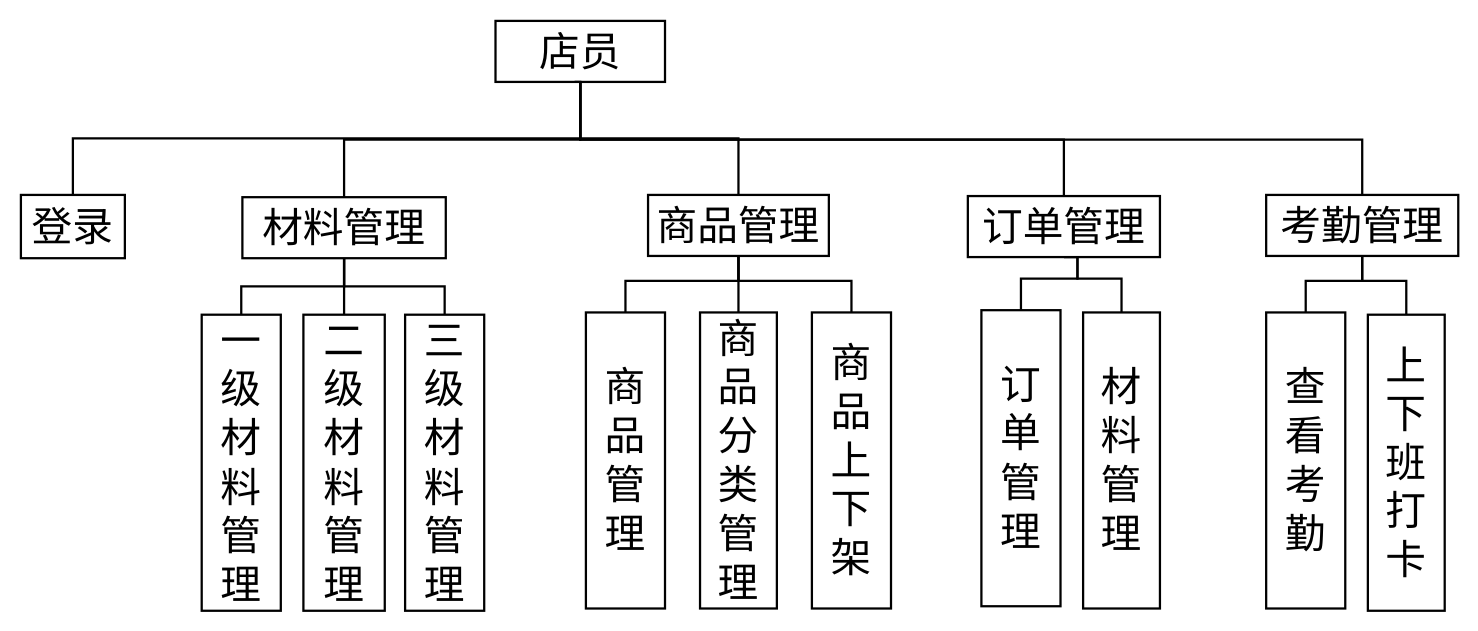
The draw.io diagram 店员系统架构图.drawio in LichCarlos/darwIo, before the edit. Source tidied: cells renumbered, new cells numbered last; positions are measured from the earlier drawing's top-left corner, leaving out a move shared by most shapes. Both pictures are drawn from the tidied source at 113%, with x=0, y=0 at pixel (-612, 20).
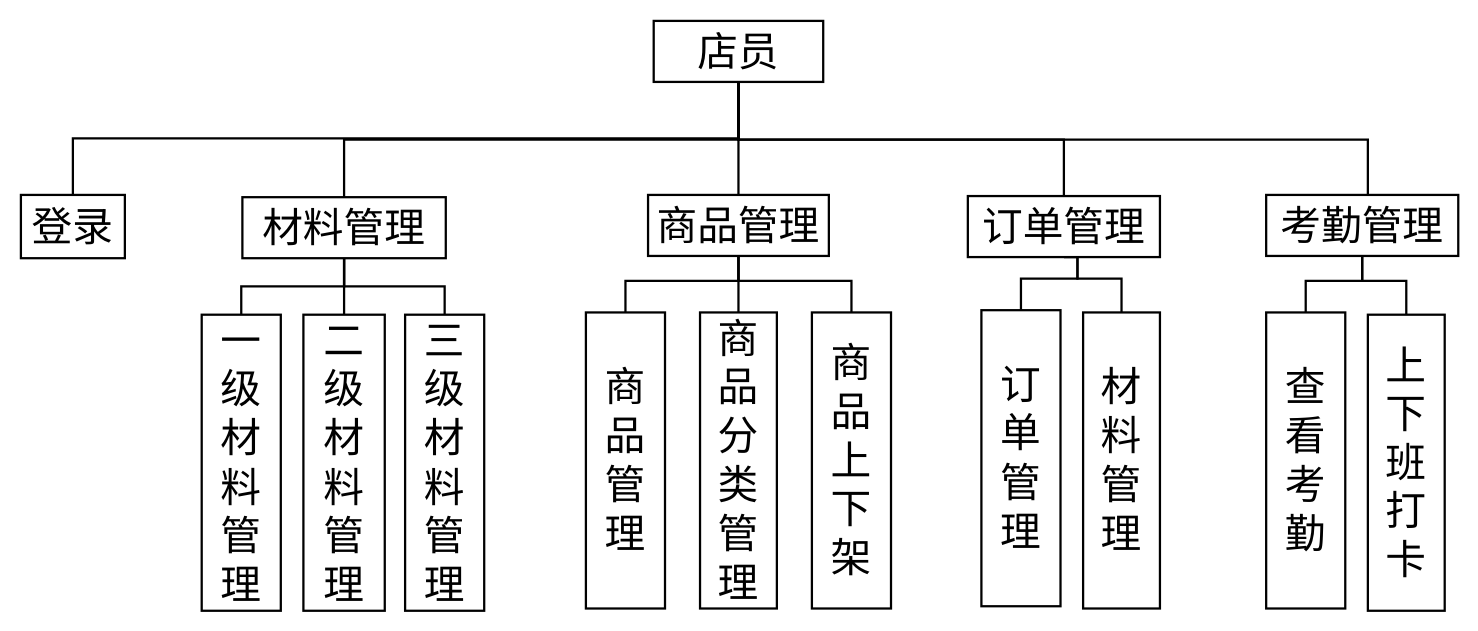
After the change.

Commit message:
已添加 店员系统架构图.drawio

Unchanged cells that the change refers to:
```xml
<mxCell id="10" value="订单管理" style="whiteSpace=wrap;strokeWidth=2;labelBackgroundColor=none;fontSize=36;horizontal=1;fontStyle=0;align=center;flipH=0;legacyAnchorPoints=0;verticalAlign=middle;" parent="1" vertex="1">
  <mxGeometry x="1398" y="155" width="170" height="54" as="geometry" />
</mxCell>
<mxCell id="31" value="考勤管理" style="whiteSpace=wrap;strokeWidth=2;labelBackgroundColor=none;fontSize=36;horizontal=1;fontStyle=0;align=center;flipH=0;legacyAnchorPoints=0;verticalAlign=middle;" parent="1" vertex="1">
  <mxGeometry x="1662" y="154" width="170" height="54" as="geometry" />
</mxCell>
```

What changed in the source:
```diff
@@
     <mxCell id="5" value="店员" style="whiteSpace=wrap;strokeWidth=2;labelBackgroundColor=none;fontSize=36;horizontal=1;fontStyle=0;align=center;flipH=0;legacyAnchorPoints=0;verticalAlign=middle;" parent="1" vertex="1">
-      <mxGeometry x="980" width="150" height="54" as="geometry" />
+      <mxGeometry x="1120" width="150" height="54" as="geometry" />
     </mxCell>
@@
     <mxCell id="21" style="startArrow=none;endArrow=none;exitX=0.5;exitY=1;entryX=0.5;entryY=0;rounded=0;labelBackgroundColor=none;fontColor=default;fontSize=36;horizontal=1;fontStyle=0;align=center;verticalAlign=middle;edgeStyle=orthogonalEdgeStyle;strokeWidth=2;endFill=0;exitDx=0;exitDy=0;" parent="1" edge="1" source="5" target="10">
       <mxGeometry relative="1" as="geometry">
         <Array as="points">
-          <mxPoint x="1055" y="105" />
+          <mxPoint x="1195" y="105" />
           <mxPoint x="1483" y="105" />
         </Array>
       </mxGeometry>
     </mxCell>
@@
-    <mxCell id="34" style="startArrow=none;endArrow=none;exitX=0.5;exitY=1;entryX=0.5;entryY=0;rounded=0;labelBackgroundColor=none;fontColor=default;fontSize=36;horizontal=1;fontStyle=0;align=center;verticalAlign=middle;edgeStyle=orthogonalEdgeStyle;strokeWidth=2;endFill=0;exitDx=0;exitDy=0;entryDx=0;entryDy=0;" parent="1" edge="1" target="31">
+    <mxCell id="34" style="startArrow=none;endArrow=none;exitX=0.5;exitY=1;entryX=0.5;entryY=0;rounded=0;labelBackgroundColor=none;fontColor=default;fontSize=36;horizontal=1;fontStyle=0;align=center;verticalAlign=middle;edgeStyle=orthogonalEdgeStyle;strokeWidth=2;endFill=0;exitDx=0;exitDy=0;entryDx=0;entryDy=0;" parent="1" edge="1" source="5">
       <mxGeometry relative="1" as="geometry">
-        <mxPoint x="1050" y="54" as="sourcePoint" />
+        <mxPoint x="1752" y="154" as="targetPoint" />
         <Array as="points">
-          <mxPoint x="1055" y="54" />
-          <mxPoint x="1055" y="105" />
-          <mxPoint x="1747" y="105" />
+          <mxPoint x="1195" y="105" />
+          <mxPoint x="1752" y="105" />
         </Array>
       </mxGeometry>
     </mxCell>
```
